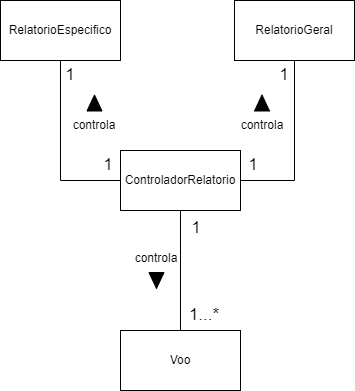
The draw.io diagram docs/images/diagrama_classes_relatorios.png in franos-pj/PCS3643-Grupo7, before a commit. Source tidied: cells renumbered, new cells last; positions are measured from the earlier drawing's top-left corner, leaving out a move shared by most shapes. The source it was exported from:
```xml
<mxGraphModel>
  <root>
    <mxCell id="0" />
    <mxCell id="1" parent="0" />
    <mxCell id="2" value="RelatorioEspecifico" style="rounded=0;whiteSpace=wrap;html=1;" parent="1" vertex="1">
      <mxGeometry width="120" height="60" as="geometry" />
    </mxCell>
    <mxCell id="3" value="RelatorioGeral" style="rounded=0;whiteSpace=wrap;html=1;" parent="1" vertex="1">
      <mxGeometry x="234" width="120" height="60" as="geometry" />
    </mxCell>
    <mxCell id="4" value="ControladorRelatorio" style="rounded=0;whiteSpace=wrap;html=1;" parent="1" vertex="1">
      <mxGeometry x="120" y="150" width="120" height="60" as="geometry" />
    </mxCell>
    <mxCell id="5" value="Voo" style="rounded=0;whiteSpace=wrap;html=1;" parent="1" vertex="1">
      <mxGeometry x="120" y="330" width="120" height="60" as="geometry" />
    </mxCell>
    <mxCell id="6" style="endArrow=none;html=1;rounded=0;entryX=0.5;entryY=1;entryDx=0;entryDy=0;exitX=0;exitY=0.5;exitDx=0;exitDy=0;" parent="1" edge="1" source="4" target="2">
      <mxGeometry relative="1" as="geometry">
        <Array as="points">
          <mxPoint x="60" y="180" />
        </Array>
      </mxGeometry>
    </mxCell>
    <mxCell id="7" style="endArrow=none;html=1;rounded=0;entryX=0.5;entryY=1;entryDx=0;entryDy=0;exitX=1;exitY=0.5;exitDx=0;exitDy=0;" parent="1" edge="1" source="4" target="3">
      <mxGeometry relative="1" as="geometry">
        <Array as="points">
          <mxPoint x="294" y="180" />
        </Array>
      </mxGeometry>
    </mxCell>
    <mxCell id="8" style="endArrow=none;html=1;rounded=0;entryX=0.5;entryY=1;entryDx=0;entryDy=0;" parent="1" edge="1" source="5" target="4">
      <mxGeometry relative="1" as="geometry" />
    </mxCell>
    <mxCell id="9" value="controla" style="text;html=1;strokeColor=none;fillColor=none;align=center;verticalAlign=middle;whiteSpace=wrap;rounded=0;" parent="1" vertex="1">
      <mxGeometry x="126" y="242.5" width="60" height="30" as="geometry" />
    </mxCell>
    <mxCell id="10" value="controla" style="text;html=1;strokeColor=none;fillColor=none;align=center;verticalAlign=middle;whiteSpace=wrap;rounded=0;" parent="1" vertex="1">
      <mxGeometry x="231.5" y="110" width="60" height="30" as="geometry" />
    </mxCell>
    <mxCell id="11" style="triangle;whiteSpace=wrap;html=1;rotation=-90;fillColor=#000000;" parent="1" vertex="1">
      <mxGeometry x="253.5" y="95" width="16" height="15" as="geometry" />
    </mxCell>
    <mxCell id="12" style="triangle;whiteSpace=wrap;html=1;rotation=90;fillColor=#000000;" parent="1" vertex="1">
      <mxGeometry x="148" y="272.5" width="16" height="15" as="geometry" />
    </mxCell>
    <mxCell id="13" style="triangle;whiteSpace=wrap;html=1;rotation=-90;fillColor=#000000;" parent="1" vertex="1">
      <mxGeometry x="86" y="95" width="16" height="15" as="geometry" />
    </mxCell>
    <mxCell id="14" value="controla" style="text;html=1;strokeColor=none;fillColor=none;align=center;verticalAlign=middle;whiteSpace=wrap;rounded=0;" parent="1" vertex="1">
      <mxGeometry x="64" y="110" width="60" height="30" as="geometry" />
    </mxCell>
    <mxCell id="15" value="&lt;font style=&quot;font-size: 17px;&quot;&gt;1...*&lt;/font&gt;" style="text;html=1;strokeColor=none;fillColor=none;align=center;verticalAlign=middle;whiteSpace=wrap;rounded=0;" parent="1" vertex="1">
      <mxGeometry x="174" y="300" width="60" height="30" as="geometry" />
    </mxCell>
    <mxCell id="16" value="&lt;font style=&quot;font-size: 17px;&quot;&gt;1&lt;/font&gt;" style="text;html=1;strokeColor=none;fillColor=none;align=center;verticalAlign=middle;whiteSpace=wrap;rounded=0;" parent="1" vertex="1">
      <mxGeometry x="166" y="212.5" width="60" height="30" as="geometry" />
    </mxCell>
    <mxCell id="17" value="&lt;font style=&quot;font-size: 17px;&quot;&gt;1&lt;/font&gt;" style="text;html=1;strokeColor=none;fillColor=none;align=center;verticalAlign=middle;whiteSpace=wrap;rounded=0;" parent="1" vertex="1">
      <mxGeometry x="222.5" y="150" width="60" height="30" as="geometry" />
    </mxCell>
    <mxCell id="18" value="&lt;font style=&quot;font-size: 17px;&quot;&gt;1&lt;/font&gt;" style="text;html=1;strokeColor=none;fillColor=none;align=center;verticalAlign=middle;whiteSpace=wrap;rounded=0;" parent="1" vertex="1">
      <mxGeometry x="78" y="150" width="60" height="30" as="geometry" />
    </mxCell>
    <mxCell id="19" value="&lt;font style=&quot;font-size: 17px;&quot;&gt;1&lt;/font&gt;" style="text;html=1;strokeColor=none;fillColor=none;align=center;verticalAlign=middle;whiteSpace=wrap;rounded=0;" parent="1" vertex="1">
      <mxGeometry x="40" y="60" width="60" height="30" as="geometry" />
    </mxCell>
    <mxCell id="20" value="&lt;font style=&quot;font-size: 17px;&quot;&gt;1&lt;/font&gt;" style="text;html=1;strokeColor=none;fillColor=none;align=center;verticalAlign=middle;whiteSpace=wrap;rounded=0;" parent="1" vertex="1">
      <mxGeometry x="253.5" y="60" width="60" height="30" as="geometry" />
    </mxCell>
  </root>
</mxGraphModel>
```
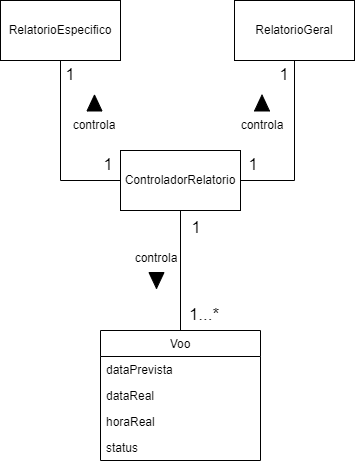
Above is the later version.

The edit, as a diff of the source:
```diff
@@ -11,9 +11,6 @@
     <mxCell id="4" value="ControladorRelatorio" style="rounded=0;whiteSpace=wrap;html=1;" parent="1" vertex="1">
       <mxGeometry x="120" y="150" width="120" height="60" as="geometry" />
     </mxCell>
-    <mxCell id="5" value="Voo" style="rounded=0;whiteSpace=wrap;html=1;" parent="1" vertex="1">
-      <mxGeometry x="120" y="330" width="120" height="60" as="geometry" />
-    </mxCell>
     <mxCell id="6" style="endArrow=none;html=1;rounded=0;entryX=0.5;entryY=1;entryDx=0;entryDy=0;exitX=0;exitY=0.5;exitDx=0;exitDy=0;" parent="1" edge="1" source="4" target="2">
       <mxGeometry relative="1" as="geometry">
         <Array as="points">
@@ -28,8 +25,10 @@
         </Array>
       </mxGeometry>
     </mxCell>
-    <mxCell id="8" style="endArrow=none;html=1;rounded=0;entryX=0.5;entryY=1;entryDx=0;entryDy=0;" parent="1" edge="1" source="5" target="4">
-      <mxGeometry relative="1" as="geometry" />
+    <mxCell id="8" style="endArrow=none;html=1;rounded=0;entryX=0.5;entryY=1;entryDx=0;entryDy=0;" parent="1" edge="1" target="4">
+      <mxGeometry relative="1" as="geometry">
+        <mxPoint x="180" y="330" as="sourcePoint" />
+      </mxGeometry>
     </mxCell>
     <mxCell id="9" value="controla" style="text;html=1;strokeColor=none;fillColor=none;align=center;verticalAlign=middle;whiteSpace=wrap;rounded=0;" parent="1" vertex="1">
       <mxGeometry x="126" y="242.5" width="60" height="30" as="geometry" />
@@ -67,5 +66,20 @@
     <mxCell id="20" value="&lt;font style=&quot;font-size: 17px;&quot;&gt;1&lt;/font&gt;" style="text;html=1;strokeColor=none;fillColor=none;align=center;verticalAlign=middle;whiteSpace=wrap;rounded=0;" parent="1" vertex="1">
       <mxGeometry x="253.5" y="60" width="60" height="30" as="geometry" />
     </mxCell>
+    <mxCell id="5" value="Voo" style="swimlane;fontStyle=0;align=center;verticalAlign=top;horizontal=1;startSize=26;rounded=0;shadow=0;strokeWidth=1;" parent="1" vertex="1">
+      <mxGeometry x="100" y="330" width="160" height="130" as="geometry" />
+    </mxCell>
+    <mxCell id="21" value="dataPrevista" style="text;align=left;verticalAlign=top;spacingLeft=4;spacingRight=4;overflow=hidden;" parent="5" vertex="1">
+      <mxGeometry y="26" width="160" height="26" as="geometry" />
+    </mxCell>
+    <mxCell id="22" value="dataReal" style="text;align=left;verticalAlign=top;spacingLeft=4;spacingRight=4;overflow=hidden;" parent="5" vertex="1">
+      <mxGeometry y="52" width="160" height="26" as="geometry" />
+    </mxCell>
+    <mxCell id="23" value="horaReal" style="text;align=left;verticalAlign=top;spacingLeft=4;spacingRight=4;overflow=hidden;" parent="5" vertex="1">
+      <mxGeometry y="78" width="160" height="26" as="geometry" />
+    </mxCell>
+    <mxCell id="24" value="status" style="text;align=left;verticalAlign=top;spacingLeft=4;spacingRight=4;overflow=hidden;" parent="5" vertex="1">
+      <mxGeometry y="104" width="160" height="26" as="geometry" />
+    </mxCell>
   </root>
 </mxGraphModel>
```
